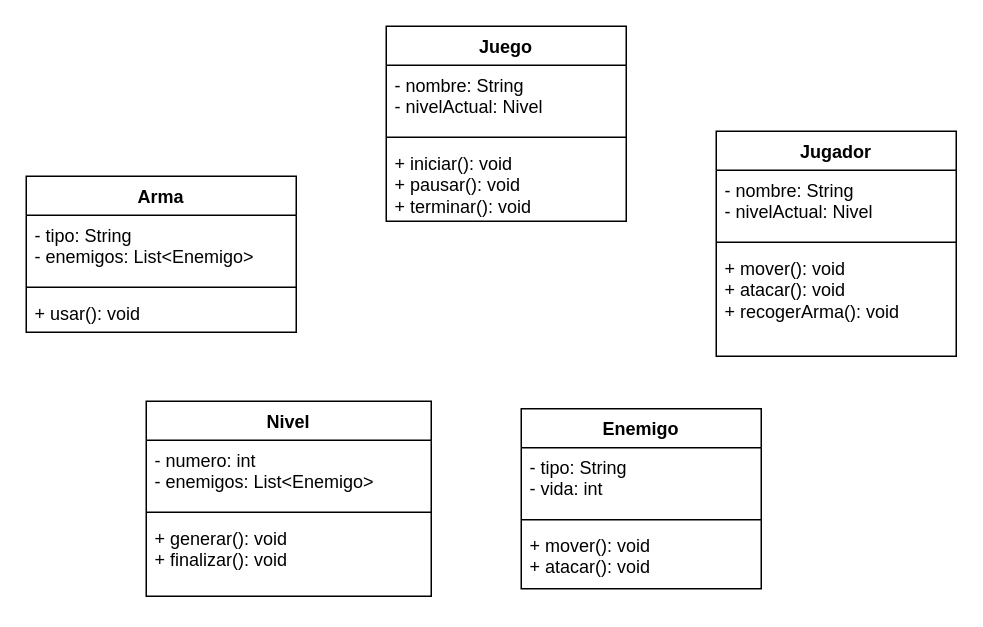
This is uml.drawio from Nikooll/uml_videojuego, a draw.io file, before an edit. Source tidied: cells renumbered, new cells numbered last; positions are measured from the earlier drawing's top-left corner, leaving out a move shared by most shapes. Both pictures are drawn from the tidied source at 150%, with x=0, y=0 at pixel (26, 26).
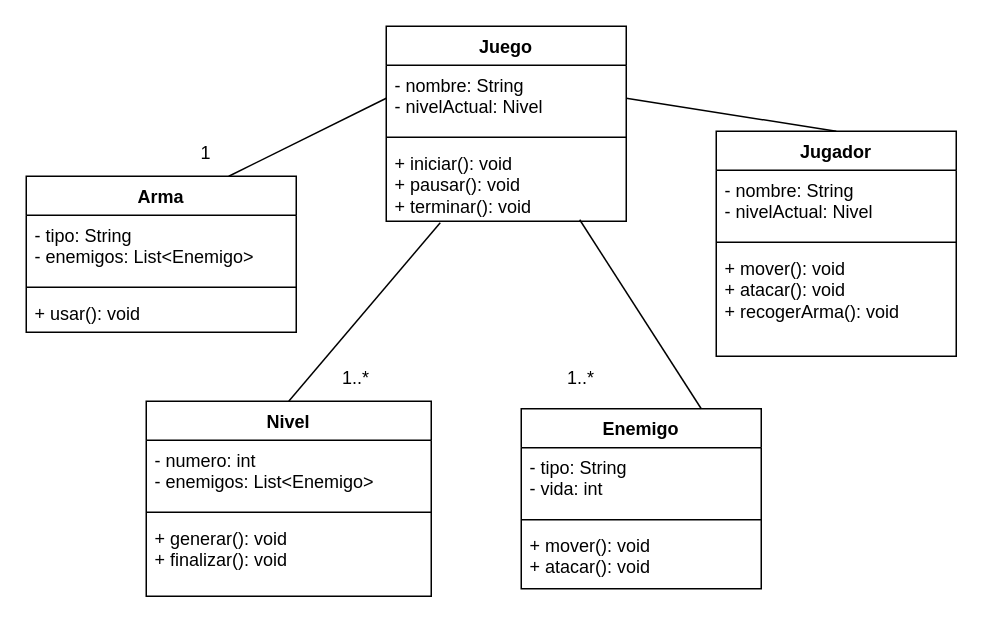
The same page after the edit.

The change refers to these unchanged cells:
```xml
<mxCell id="3" value="- nombre: String&amp;nbsp; &amp;nbsp;&lt;br&gt;- nivelActual: Nivel" style="text;strokeColor=none;fillColor=none;align=left;verticalAlign=top;spacingLeft=4;spacingRight=4;overflow=hidden;points=[[0,0.5],[1,0.5]];portConstraint=eastwest;whiteSpace=wrap;html=1;" parent="2" vertex="1">
  <mxGeometry y="26" width="160" height="44" as="geometry" />
</mxCell>
<mxCell id="5" value="+ iniciar(): void&lt;br&gt;+ pausar(): void &lt;br&gt;+ terminar(): void&amp;nbsp; " style="text;strokeColor=none;fillColor=none;align=left;verticalAlign=top;spacingLeft=4;spacingRight=4;overflow=hidden;points=[[0,0.5],[1,0.5]];portConstraint=eastwest;whiteSpace=wrap;html=1;" parent="2" vertex="1">
  <mxGeometry y="78" width="160" height="52" as="geometry" />
</mxCell>
<mxCell id="6" value=" Jugador" style="swimlane;fontStyle=1;align=center;verticalAlign=top;horizontal=1;startSize=26;whiteSpace=wrap;html=1;" parent="1" vertex="1">
  <mxGeometry x="460" y="70" width="160" height="150" as="geometry" />
</mxCell>
<mxCell id="10" value=" Nivel" style="swimlane;fontStyle=1;align=center;verticalAlign=top;horizontal=1;startSize=26;whiteSpace=wrap;html=1;" parent="1" vertex="1">
  <mxGeometry x="80" y="250" width="190" height="130" as="geometry" />
</mxCell>
<mxCell id="14" value="Arma" style="swimlane;fontStyle=1;align=center;verticalAlign=top;horizontal=1;startSize=26;whiteSpace=wrap;html=1;" parent="1" vertex="1">
  <mxGeometry y="100" width="180" height="104" as="geometry" />
</mxCell>
<mxCell id="18" value="Enemigo" style="swimlane;fontStyle=1;align=center;verticalAlign=top;horizontal=1;startSize=26;whiteSpace=wrap;html=1;" parent="1" vertex="1">
  <mxGeometry x="330" y="255" width="160" height="120" as="geometry" />
</mxCell>
```

The edit, as a diff of the source:
```diff
@@
+    <mxCell id="22" style="endArrow=none;html=1;rounded=0;exitX=0.5;exitY=0;exitDx=0;exitDy=0;entryX=0.225;entryY=1.019;entryDx=0;entryDy=0;entryPerimeter=0;" parent="1" edge="1" source="10" target="5">
+      <mxGeometry relative="1" as="geometry" />
+    </mxCell>
+    <mxCell id="23" style="endArrow=none;html=1;rounded=0;exitX=0.75;exitY=0;exitDx=0;exitDy=0;entryX=0;entryY=0.5;entryDx=0;entryDy=0;" parent="1" edge="1" source="14" target="3">
+      <mxGeometry relative="1" as="geometry" />
+    </mxCell>
+    <mxCell id="24" style="endArrow=none;html=1;rounded=0;entryX=1;entryY=0.5;entryDx=0;entryDy=0;exitX=0.5;exitY=0;exitDx=0;exitDy=0;" parent="1" edge="1" source="6" target="3">
+      <mxGeometry relative="1" as="geometry" />
+    </mxCell>
+    <mxCell id="25" style="endArrow=none;html=1;rounded=0;exitX=0.75;exitY=0;exitDx=0;exitDy=0;entryX=0.806;entryY=0.981;entryDx=0;entryDy=0;entryPerimeter=0;" parent="1" edge="1" source="18" target="5">
+      <mxGeometry relative="1" as="geometry" />
+    </mxCell>
+    <mxCell id="26" value="1..*" style="text;html=1;align=center;verticalAlign=middle;whiteSpace=wrap;rounded=0;" parent="1" vertex="1">
+      <mxGeometry x="190" y="220" width="60" height="30" as="geometry" />
+    </mxCell>
+    <mxCell id="27" value="1" style="text;html=1;align=center;verticalAlign=middle;whiteSpace=wrap;rounded=0;" parent="1" vertex="1">
+      <mxGeometry x="90" y="70" width="60" height="30" as="geometry" />
+    </mxCell>
+    <mxCell id="28" value="1..*" style="text;html=1;align=center;verticalAlign=middle;whiteSpace=wrap;rounded=0;" parent="1" vertex="1">
+      <mxGeometry x="340" y="220" width="60" height="30" as="geometry" />
+    </mxCell>
```
